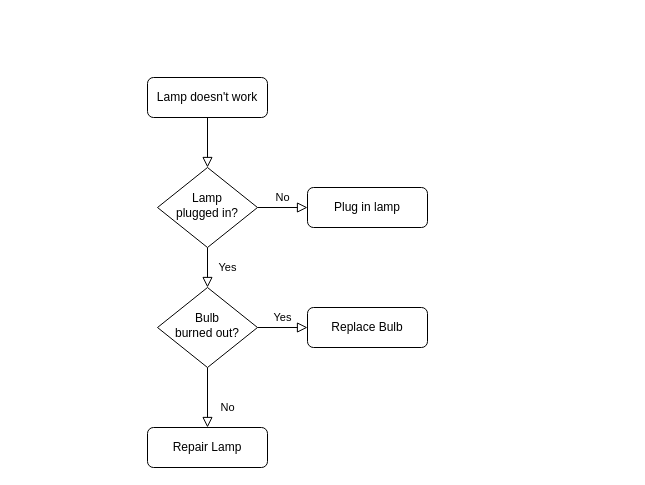
This is actividadesrutaOrganica.drawio from agroecomakers/Diagrammes-miCampo, a draw.io file, before an edit. Source tidied: cells renumbered, new cells numbered last; positions are measured from the earlier drawing's top-left corner, leaving out a move shared by most shapes. Both pictures are drawn from the tidied source at 100%, with x=0, y=0 at pixel (147, 77).
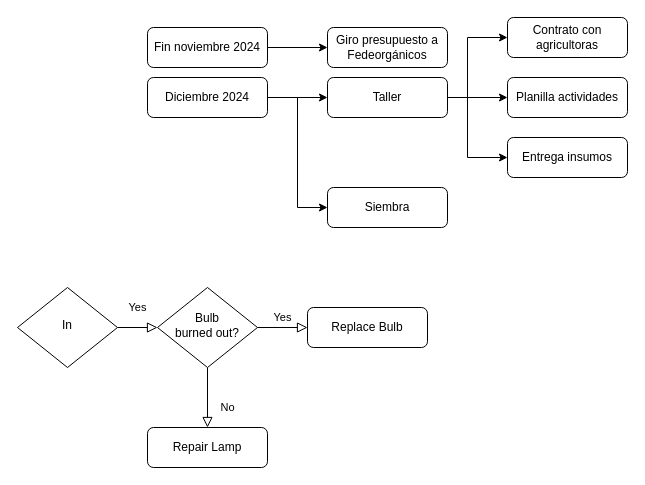
Above is the later version.

Commit message (it also covers changes not shown here):
Mettre à jour actividadesrutaOrganica.drawio

What changed in the source:
```diff
@@
-    <mxCell id="2" style="rounded=0;html=1;jettySize=auto;fontSize=11;endArrow=block;endFill=0;endSize=8;strokeWidth=1;shadow=0;labelBackgroundColor=none;edgeStyle=orthogonalEdgeStyle;" parent="1" edge="1" source="3" target="6">
-      <mxGeometry relative="1" as="geometry" />
-    </mxCell>
+    <mxCell id="13" style="edgeStyle=orthogonalEdgeStyle;rounded=0;jettySize=auto;html=1;" parent="1" edge="1" source="3" target="19">
+      <mxGeometry relative="1" as="geometry" />
+    </mxCell>
-    <mxCell id="3" value="Lamp doesn't work" style="rounded=1;whiteSpace=wrap;html=1;fontSize=12;glass=0;strokeWidth=1;shadow=0;" parent="1" vertex="1">
+    <mxCell id="3" value="&lt;div&gt;Diciembre 2024&lt;/div&gt;" style="rounded=1;whiteSpace=wrap;html=1;fontSize=12;glass=0;strokeWidth=1;shadow=0;" parent="1" vertex="1">
       <mxGeometry width="120" height="40" as="geometry" />
     </mxCell>
@@
-    <mxCell id="5" value="No" style="edgeStyle=orthogonalEdgeStyle;rounded=0;html=1;jettySize=auto;fontSize=11;endArrow=block;endFill=0;endSize=8;strokeWidth=1;shadow=0;labelBackgroundColor=none;" parent="1" edge="1" source="6" target="7">
-      <mxGeometry y="10" relative="1" as="geometry" />
-    </mxCell>
-    <mxCell id="6" value="Lamp&lt;br&gt;plugged in?" style="rhombus;whiteSpace=wrap;html=1;shadow=0;fontFamily=Helvetica;fontSize=12;align=center;strokeWidth=1;spacing=6;spacingTop=-4;" parent="1" vertex="1">
-      <mxGeometry x="10" y="90" width="100" height="80" as="geometry" />
+    <mxCell id="6" value="In" style="rhombus;whiteSpace=wrap;html=1;shadow=0;fontFamily=Helvetica;fontSize=12;align=center;strokeWidth=1;spacing=6;spacingTop=-4;" parent="1" vertex="1">
+      <mxGeometry x="-130" y="210" width="100" height="80" as="geometry" />
     </mxCell>
-    <mxCell id="7" value="Plug in lamp" style="rounded=1;whiteSpace=wrap;html=1;fontSize=12;glass=0;strokeWidth=1;shadow=0;" parent="1" vertex="1">
-      <mxGeometry x="160" y="110" width="120" height="40" as="geometry" />
+    <mxCell id="7" value="Planilla actividades" style="rounded=1;whiteSpace=wrap;html=1;fontSize=12;glass=0;strokeWidth=1;shadow=0;" parent="1" vertex="1">
+      <mxGeometry x="360" width="120" height="40" as="geometry" />
     </mxCell>
@@
+    <mxCell id="14" value="Siembra" style="rounded=1;whiteSpace=wrap;html=1;fontSize=12;glass=0;strokeWidth=1;shadow=0;" parent="1" vertex="1">
+      <mxGeometry x="180" y="110" width="120" height="40" as="geometry" />
+    </mxCell>
+    <mxCell id="15" style="edgeStyle=orthogonalEdgeStyle;rounded=0;jettySize=auto;html=1;" parent="1" edge="1" source="16" target="17">
+      <mxGeometry relative="1" as="geometry" />
+    </mxCell>
+    <mxCell id="16" value="&lt;div&gt;Fin noviembre 2024&lt;/div&gt;" style="rounded=1;whiteSpace=wrap;html=1;fontSize=12;glass=0;strokeWidth=1;shadow=0;" parent="1" vertex="1">
+      <mxGeometry y="-50" width="120" height="40" as="geometry" />
+    </mxCell>
+    <mxCell id="17" value="Giro presupuesto a Fedeorgánicos" style="rounded=1;whiteSpace=wrap;html=1;fontSize=12;glass=0;strokeWidth=1;shadow=0;" parent="1" vertex="1">
+      <mxGeometry x="180" y="-50" width="120" height="40" as="geometry" />
+    </mxCell>
+    <mxCell id="18" style="edgeStyle=orthogonalEdgeStyle;rounded=0;jettySize=auto;html=1;" parent="1" edge="1" target="7">
+      <mxGeometry relative="1" as="geometry">
+        <mxPoint x="320" y="20" as="sourcePoint" />
+        <Array as="points">
+          <mxPoint x="370" y="20" />
+          <mxPoint x="370" y="20" />
+        </Array>
+      </mxGeometry>
+    </mxCell>
+    <mxCell id="19" value="Taller" style="whiteSpace=wrap;html=1;rounded=1;glass=0;strokeWidth=1;shadow=0;" parent="1" vertex="1">
+      <mxGeometry x="180" width="120" height="40" as="geometry" />
+    </mxCell>
+    <mxCell id="20" style="edgeStyle=orthogonalEdgeStyle;rounded=0;jettySize=auto;html=1;" parent="1" edge="1" source="19" target="21">
+      <mxGeometry relative="1" as="geometry">
+        <Array as="points">
+          <mxPoint x="320" y="20" />
+          <mxPoint x="320" y="80" />
+        </Array>
+      </mxGeometry>
+    </mxCell>
+    <mxCell id="21" value="Entrega insumos" style="rounded=1;whiteSpace=wrap;html=1;fontSize=12;glass=0;strokeWidth=1;shadow=0;" parent="1" vertex="1">
+      <mxGeometry x="360" y="60" width="120" height="40" as="geometry" />
+    </mxCell>
+    <mxCell id="22" style="edgeStyle=orthogonalEdgeStyle;rounded=0;jettySize=auto;html=1;entryX=0;entryY=0.5;entryDx=0;entryDy=0;exitX=1;exitY=0.5;exitDx=0;exitDy=0;" parent="1" edge="1" source="3" target="14">
+      <mxGeometry relative="1" as="geometry" />
+    </mxCell>
+    <mxCell id="23" value="Contrato con agricultoras" style="rounded=1;whiteSpace=wrap;html=1;fontSize=12;glass=0;strokeWidth=1;shadow=0;" parent="1" vertex="1">
+      <mxGeometry x="360" y="-60" width="120" height="40" as="geometry" />
+    </mxCell>
+    <mxCell id="24" style="edgeStyle=orthogonalEdgeStyle;rounded=0;jettySize=auto;html=1;entryX=0;entryY=0.5;entryDx=0;entryDy=0;exitX=1;exitY=0.5;exitDx=0;exitDy=0;" parent="1" edge="1" source="19" target="23">
+      <mxGeometry relative="1" as="geometry">
+        <Array as="points">
+          <mxPoint x="320" y="20" />
+          <mxPoint x="320" y="-40" />
+        </Array>
+      </mxGeometry>
+    </mxCell>
```
